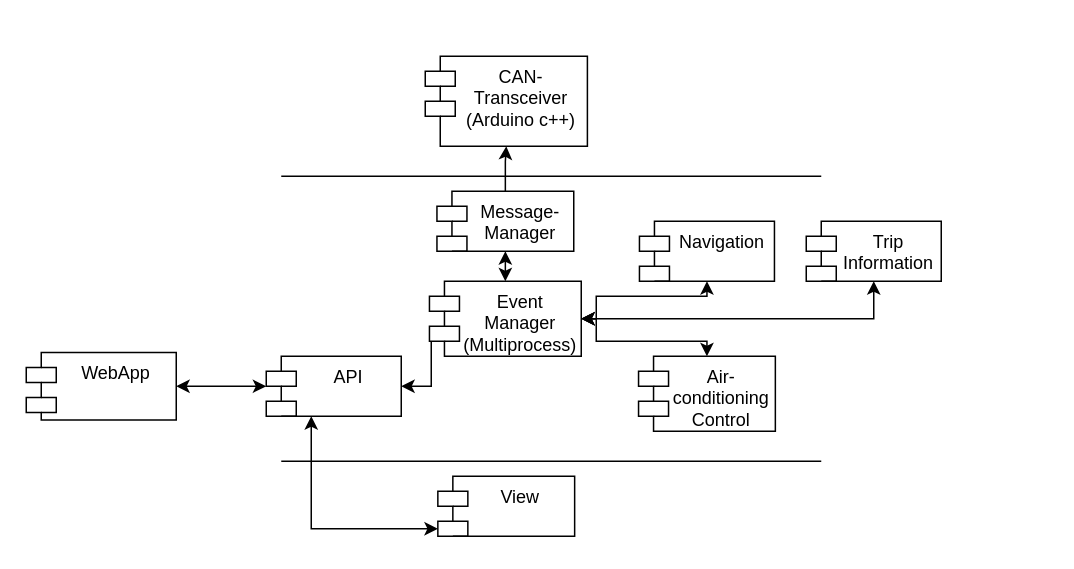
Above: page "Baustein-Sicht" (2 of 2) of Architecture/GesamtSystem.drawio in Uhgtred/Car_Infotainment_System (draw.io), before the change. Source tidied: cells renumbered, new cells numbered last; positions are measured from the earlier drawing's top-left corner, leaving out a move shared by most shapes. Both pictures are drawn from the tidied source at 150%, with x=0, y=0 at pixel (26, 56).
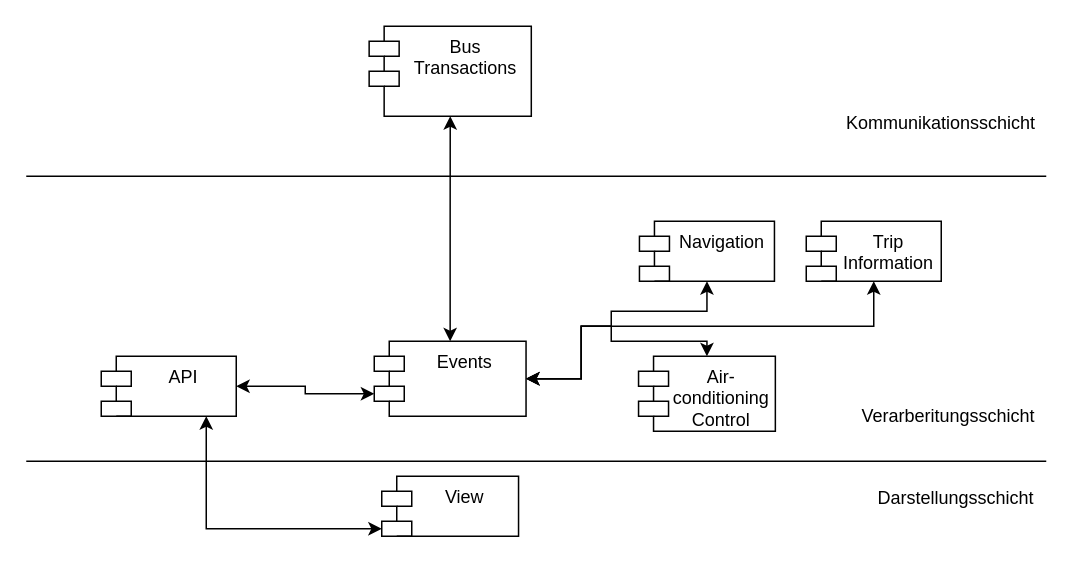
After the change.

The change refers to these unchanged cells:
```xml
<mxCell id="12" value="Air-conditioning Control" style="shape=module;align=left;spacingLeft=20;align=center;verticalAlign=top;whiteSpace=wrap;html=1;" parent="1" vertex="1">
  <mxGeometry x="408.2" y="200" width="91.2" height="50" as="geometry" />
</mxCell>
<mxCell id="16" value="Navigation" style="shape=module;align=left;spacingLeft=20;align=center;verticalAlign=top;whiteSpace=wrap;html=1;" parent="1" vertex="1">
  <mxGeometry x="408.8" y="110" width="90" height="40" as="geometry" />
</mxCell>
<mxCell id="18" value="Trip&lt;br&gt;Information" style="shape=module;align=left;spacingLeft=20;align=center;verticalAlign=top;whiteSpace=wrap;html=1;" parent="1" vertex="1">
  <mxGeometry x="520" y="110" width="90" height="40" as="geometry" />
</mxCell>
```

The edit, as a diff of the source:
```diff
@@
     <mxCell id="2" value="View" style="shape=module;align=left;spacingLeft=20;align=center;verticalAlign=top;whiteSpace=wrap;html=1;" parent="1" vertex="1">
-      <mxGeometry x="274.4" y="280" width="91.2" height="40" as="geometry" />
+      <mxGeometry x="237" y="280" width="91.2" height="40" as="geometry" />
     </mxCell>
-    <mxCell id="3" style="edgeStyle=orthogonalEdgeStyle;rounded=0;jettySize=auto;html=1;entryX=0.5;entryY=1;entryDx=0;entryDy=0;" parent="1" edge="1" source="4" target="5">
-      <mxGeometry relative="1" as="geometry" />
-    </mxCell>
-    <mxCell id="4" value="Message-Manager" style="shape=module;align=left;spacingLeft=20;align=center;verticalAlign=top;whiteSpace=wrap;html=1;" parent="1" vertex="1">
-      <mxGeometry x="273.8" y="90" width="91.2" height="40" as="geometry" />
-    </mxCell>
-    <mxCell id="5" value="CAN-Transceiver&lt;br&gt;(Arduino c++)" style="shape=module;align=left;spacingLeft=20;align=center;verticalAlign=top;whiteSpace=wrap;html=1;" parent="1" vertex="1">
-      <mxGeometry x="266" width="108.1" height="60" as="geometry" />
+    <mxCell id="5" value="Bus&lt;br&gt;Transactions" style="shape=module;align=left;spacingLeft=20;align=center;verticalAlign=top;whiteSpace=wrap;html=1;" parent="1" vertex="1">
+      <mxGeometry x="228.6" y="-20" width="108.1" height="60" as="geometry" />
     </mxCell>
     <mxCell id="6" style="endArrow=none;html=1;rounded=0;" parent="1" edge="1">
       <mxGeometry relative="1" as="geometry">
-        <mxPoint x="170" y="80" as="sourcePoint" />
-        <mxPoint x="530" y="80" as="targetPoint" />
+        <mxPoint y="80" as="sourcePoint" />
+        <mxPoint x="680" y="80" as="targetPoint" />
       </mxGeometry>
     </mxCell>
     <mxCell id="7" style="endArrow=none;html=1;rounded=0;" parent="1" edge="1">
       <mxGeometry relative="1" as="geometry">
-        <mxPoint x="170" y="270" as="sourcePoint" />
-        <mxPoint x="530" y="270" as="targetPoint" />
+        <mxPoint y="270" as="sourcePoint" />
+        <mxPoint x="680" y="270" as="targetPoint" />
       </mxGeometry>
     </mxCell>
@@
     <mxCell id="9" style="edgeStyle=orthogonalEdgeStyle;rounded=0;jettySize=auto;html=1;entryX=0;entryY=0;entryDx=0;entryDy=35;entryPerimeter=0;startArrow=classic;startFill=1;" parent="1" edge="1" source="10" target="2">
       <mxGeometry relative="1" as="geometry">
         <Array as="points">
-          <mxPoint x="190" y="315" />
+          <mxPoint x="120" y="315" />
         </Array>
       </mxGeometry>
     </mxCell>
     <mxCell id="10" value="API" style="shape=module;align=left;spacingLeft=20;align=center;verticalAlign=top;whiteSpace=wrap;html=1;" parent="1" vertex="1">
-      <mxGeometry x="160" y="200" width="90" height="40" as="geometry" />
+      <mxGeometry x="50" y="200" width="90" height="40" as="geometry" />
     </mxCell>
     <mxCell id="11" style="edgeStyle=orthogonalEdgeStyle;rounded=0;jettySize=auto;html=1;exitX=0.5;exitY=0;exitDx=0;exitDy=0;entryX=1;entryY=0.5;entryDx=0;entryDy=0;startArrow=classic;startFill=1;" parent="1" edge="1" source="12" target="14">
       <mxGeometry relative="1" as="geometry">
         <Array as="points">
           <mxPoint x="454" y="190" />
-          <mxPoint x="380" y="190" />
-          <mxPoint x="380" y="175" />
+          <mxPoint x="390" y="190" />
+          <mxPoint x="390" y="180" />
+          <mxPoint x="370" y="180" />
+          <mxPoint x="370" y="215" />
         </Array>
       </mxGeometry>
     </mxCell>
@@
-    <mxCell id="13" style="edgeStyle=orthogonalEdgeStyle;rounded=0;jettySize=auto;html=1;entryX=0.5;entryY=1;entryDx=0;entryDy=0;startArrow=classic;startFill=1;" parent="1" edge="1" source="14" target="4">
+    <mxCell id="13" style="edgeStyle=orthogonalEdgeStyle;rounded=0;jettySize=auto;html=1;entryX=0.5;entryY=1;entryDx=0;entryDy=0;startArrow=classic;startFill=1;" parent="1" edge="1" source="14" target="5">
       <mxGeometry relative="1" as="geometry" />
     </mxCell>
-    <mxCell id="14" value="Event&lt;br&gt;Manager&lt;br&gt;(Multiprocess)" style="shape=module;align=left;spacingLeft=20;align=center;verticalAlign=top;whiteSpace=wrap;html=1;" parent="1" vertex="1">
-      <mxGeometry x="268.8" y="150" width="101.2" height="50" as="geometry" />
+    <mxCell id="14" value="Events" style="shape=module;align=left;spacingLeft=20;align=center;verticalAlign=top;whiteSpace=wrap;html=1;" parent="1" vertex="1">
+      <mxGeometry x="232" y="190" width="101.2" height="50" as="geometry" />
     </mxCell>
     <mxCell id="15" style="edgeStyle=orthogonalEdgeStyle;rounded=0;jettySize=auto;html=1;exitX=0.5;exitY=1;exitDx=0;exitDy=0;entryX=1;entryY=0.5;entryDx=0;entryDy=0;startArrow=classic;startFill=1;" parent="1" edge="1" source="16" target="14">
       <mxGeometry relative="1" as="geometry">
         <Array as="points">
-          <mxPoint x="454" y="160" />
-          <mxPoint x="380" y="160" />
-          <mxPoint x="380" y="175" />
+          <mxPoint x="454" y="170" />
+          <mxPoint x="390" y="170" />
+          <mxPoint x="390" y="180" />
+          <mxPoint x="370" y="180" />
+          <mxPoint x="370" y="215" />
         </Array>
       </mxGeometry>
     </mxCell>
@@
     <mxCell id="17" style="edgeStyle=orthogonalEdgeStyle;rounded=0;jettySize=auto;html=1;entryX=1;entryY=0.5;entryDx=0;entryDy=0;startArrow=classic;startFill=1;" parent="1" edge="1" source="18" target="14">
       <mxGeometry relative="1" as="geometry">
         <Array as="points">
-          <mxPoint x="565" y="175" />
+          <mxPoint x="565" y="180" />
+          <mxPoint x="370" y="180" />
+          <mxPoint x="370" y="215" />
         </Array>
       </mxGeometry>
     </mxCell>
@@
-    <mxCell id="19" style="edgeStyle=orthogonalEdgeStyle;rounded=0;jettySize=auto;html=1;startArrow=classic;startFill=1;" parent="1" edge="1" source="20" target="10">
-      <mxGeometry relative="1" as="geometry" />
-    </mxCell>
-    <mxCell id="20" value="WebApp" style="shape=module;align=left;spacingLeft=20;align=center;verticalAlign=top;" parent="1" vertex="1">
-      <mxGeometry y="197.5" width="100" height="45" as="geometry" />
-    </mxCell>
+    <mxCell id="21" value="Darstellungsschicht" style="text;html=1;strokeColor=none;fillColor=none;align=center;verticalAlign=middle;whiteSpace=wrap;rounded=0;" parent="1" vertex="1">
+      <mxGeometry x="560" y="280" width="120" height="30" as="geometry" />
+    </mxCell>
+    <mxCell id="22" value="Verarberitungsschicht" style="text;html=1;strokeColor=none;fillColor=none;align=center;verticalAlign=middle;whiteSpace=wrap;rounded=0;" parent="1" vertex="1">
+      <mxGeometry x="550" y="225" width="130" height="30" as="geometry" />
+    </mxCell>
+    <mxCell id="23" value="Kommunikationsschicht" style="text;html=1;strokeColor=none;fillColor=none;align=center;verticalAlign=middle;whiteSpace=wrap;rounded=0;" parent="1" vertex="1">
+      <mxGeometry x="540" y="30" width="140" height="30" as="geometry" />
+    </mxCell>
```
